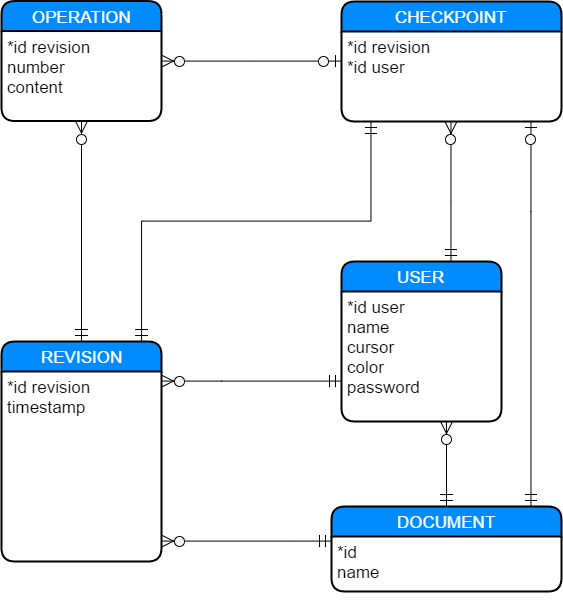
This is documents/designImages/MER.png from sbeltran10/collabIDE, a draw.io export, as it was before one commit. Source tidied: cells renumbered, new cells last; positions are measured from the earlier drawing's top-left corner, leaving out a move shared by most shapes.
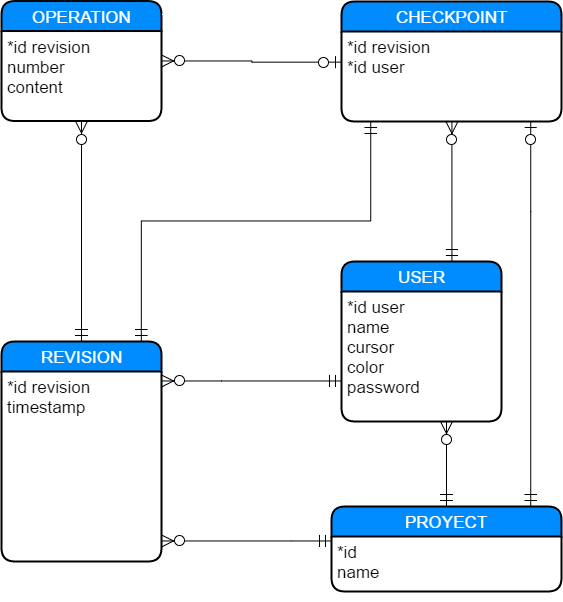
Later version of the same file.

Diff of the diagram source:
```diff
@@ -37,7 +37,7 @@
     <mxCell id="11" value="&lt;div&gt;*id revision&lt;/div&gt;&lt;div&gt;number&lt;/div&gt;content" style="whiteSpace=wrap;html=1;align=left;strokeColor=none;fillColor=none;spacingLeft=4;fontSize=17;verticalAlign=top;" parent="10" vertex="1">
       <mxGeometry y="30" width="160" height="90" as="geometry" />
     </mxCell>
-    <mxCell id="12" value="DOCUMENT" style="swimlane;html=1;horizontal=1;startSize=30;fillColor=#008cff;fontColor=#FFFFFF;rounded=1;fontSize=17;fontStyle=0;strokeWidth=2;shadow=0;dashed=0;align=center;" parent="1" vertex="1">
+    <mxCell id="12" value="PROYECT" style="swimlane;html=1;horizontal=1;startSize=30;fillColor=#008cff;fontColor=#FFFFFF;rounded=1;fontSize=17;fontStyle=0;strokeWidth=2;shadow=0;dashed=0;align=center;" parent="1" vertex="1">
       <mxGeometry x="330" y="505" width="230" height="85" as="geometry" />
     </mxCell>
     <mxCell id="13" value="*id&lt;div&gt;name&lt;br&gt;&lt;div&gt;&lt;br&gt;&lt;/div&gt;&lt;/div&gt;" style="whiteSpace=wrap;html=1;align=left;strokeColor=none;fillColor=none;spacingLeft=4;fontSize=17;verticalAlign=top;" parent="12" vertex="1">
```
